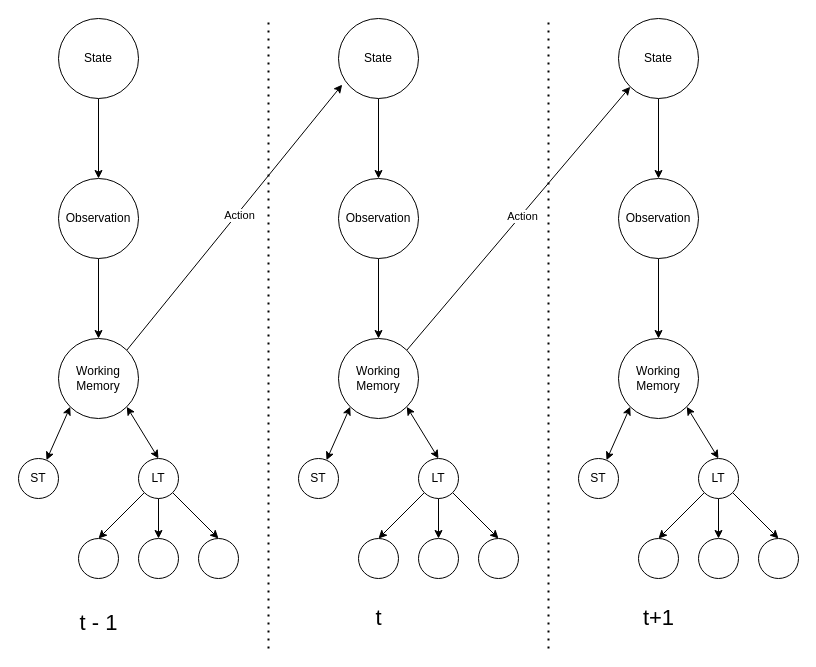
This is diagrams/POMDP overview.drawio from JREastonMarks/Joshua, a draw.io file, before an edit. Source tidied: cells renumbered, new cells numbered last; positions are measured from the earlier drawing's top-left corner, leaving out a move shared by most shapes. Both pictures are drawn from the tidied source at 100%, with x=0, y=0 at pixel (18, 18).
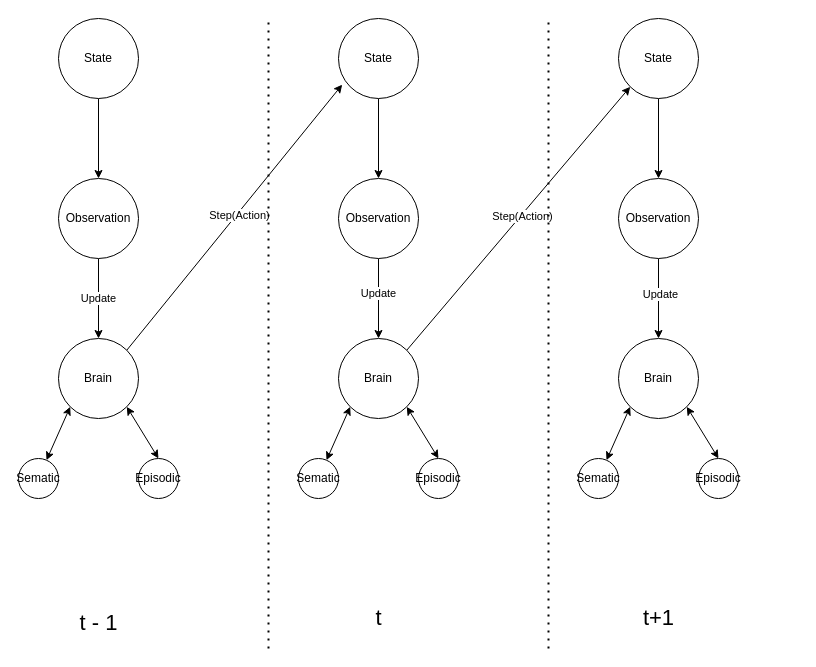
The same page after the edit.

Unchanged cells that the change refers to:
```xml
<mxCell id="5" value="Observation" style="ellipse;whiteSpace=wrap;html=1;" parent="1" vertex="1">
  <mxGeometry x="40" y="160" width="80" height="80" as="geometry" />
</mxCell>
<mxCell id="8" style="edgeStyle=none;html=1;exitX=1;exitY=0;exitDx=0;exitDy=0;entryX=0.046;entryY=0.827;entryDx=0;entryDy=0;entryPerimeter=0;" parent="1" edge="1" source="10" target="20">
  <mxGeometry relative="1" as="geometry" />
</mxCell>
<mxCell id="21" style="edgeStyle=none;html=1;" parent="1" edge="1" source="22" target="27">
  <mxGeometry relative="1" as="geometry" />
</mxCell>
<mxCell id="25" style="edgeStyle=none;html=1;exitX=1;exitY=0;exitDx=0;exitDy=0;entryX=0;entryY=1;entryDx=0;entryDy=0;" parent="1" edge="1" source="27" target="37">
  <mxGeometry relative="1" as="geometry" />
</mxCell>
<mxCell id="38" style="edgeStyle=none;html=1;" parent="1" edge="1" source="39" target="42">
  <mxGeometry relative="1" as="geometry" />
</mxCell>
```

The edit, as a diff of the source:
```diff
@@
-    <mxCell id="4" style="edgeStyle=none;html=1;" parent="1" edge="1" source="5" target="10">
+    <mxCell id="4" value="Update" style="edgeStyle=none;html=1;" parent="1" edge="1" source="5" target="10">
       <mxGeometry relative="1" as="geometry" />
     </mxCell>
@@
-    <mxCell id="9" value="Action" style="edgeLabel;html=1;align=center;verticalAlign=middle;" parent="8" vertex="1">
+    <mxCell id="9" value="Step(Action)" style="edgeLabel;html=1;align=center;verticalAlign=middle;" parent="8" vertex="1">
       <mxGeometry x="0.03" y="-2" relative="1" as="geometry" />
     </mxCell>
-    <mxCell id="10" value="Working Memory" style="ellipse;whiteSpace=wrap;html=1;" parent="1" vertex="1">
+    <mxCell id="10" value="Brain" style="ellipse;whiteSpace=wrap;html=1;" parent="1" vertex="1">
       <mxGeometry x="40" y="320" width="80" height="80" as="geometry" />
     </mxCell>
-    <mxCell id="11" value="ST" style="ellipse;whiteSpace=wrap;html=1;" parent="1" vertex="1">
+    <mxCell id="11" value="Sematic" style="ellipse;whiteSpace=wrap;html=1;" parent="1" vertex="1">
       <mxGeometry y="440" width="40" height="40" as="geometry" />
     </mxCell>
-    <mxCell id="12" style="edgeStyle=none;html=1;exitX=0;exitY=1;exitDx=0;exitDy=0;entryX=0.5;entryY=0;entryDx=0;entryDy=0;" parent="1" edge="1" source="15" target="16">
-      <mxGeometry relative="1" as="geometry" />
-    </mxCell>
-    <mxCell id="13" style="edgeStyle=none;html=1;exitX=0.5;exitY=1;exitDx=0;exitDy=0;entryX=0.5;entryY=0;entryDx=0;entryDy=0;" parent="1" edge="1" source="15" target="17">
-      <mxGeometry relative="1" as="geometry" />
-    </mxCell>
-    <mxCell id="14" style="edgeStyle=none;html=1;exitX=1;exitY=1;exitDx=0;exitDy=0;entryX=0.5;entryY=0;entryDx=0;entryDy=0;" parent="1" edge="1" source="15" target="18">
-      <mxGeometry relative="1" as="geometry" />
-    </mxCell>
-    <mxCell id="15" value="LT" style="ellipse;whiteSpace=wrap;html=1;" parent="1" vertex="1">
+    <mxCell id="15" value="Episodic" style="ellipse;whiteSpace=wrap;html=1;" parent="1" vertex="1">
       <mxGeometry x="120" y="440" width="40" height="40" as="geometry" />
     </mxCell>
-    <mxCell id="16" style="ellipse;whiteSpace=wrap;html=1;" parent="1" vertex="1">
-      <mxGeometry x="60" y="520" width="40" height="40" as="geometry" />
-    </mxCell>
-    <mxCell id="17" style="ellipse;whiteSpace=wrap;html=1;" parent="1" vertex="1">
-      <mxGeometry x="120" y="520" width="40" height="40" as="geometry" />
-    </mxCell>
-    <mxCell id="18" style="ellipse;whiteSpace=wrap;html=1;" parent="1" vertex="1">
-      <mxGeometry x="180" y="520" width="40" height="40" as="geometry" />
-    </mxCell>
@@
+    <mxCell id="56" value="Update" style="edgeLabel;html=1;align=center;verticalAlign=middle;" parent="21" vertex="1">
+      <mxGeometry x="-0.16" y="-1" relative="1" as="geometry" />
+    </mxCell>
@@
-    <mxCell id="26" value="Action" style="edgeLabel;html=1;align=center;verticalAlign=middle;" parent="25" vertex="1">
+    <mxCell id="26" value="Step(Action)" style="edgeLabel;html=1;align=center;verticalAlign=middle;" parent="25" vertex="1">
       <mxGeometry x="0.02" y="-2" relative="1" as="geometry">
         <mxPoint y="-1" as="offset" />
       </mxGeometry>
     </mxCell>
-    <mxCell id="27" value="Working Memory" style="ellipse;whiteSpace=wrap;html=1;" parent="1" vertex="1">
+    <mxCell id="27" value="Brain" style="ellipse;whiteSpace=wrap;html=1;" parent="1" vertex="1">
       <mxGeometry x="320" y="320" width="80" height="80" as="geometry" />
     </mxCell>
-    <mxCell id="28" value="ST" style="ellipse;whiteSpace=wrap;html=1;" parent="1" vertex="1">
+    <mxCell id="28" value="Sematic" style="ellipse;whiteSpace=wrap;html=1;" parent="1" vertex="1">
       <mxGeometry x="280" y="440" width="40" height="40" as="geometry" />
     </mxCell>
-    <mxCell id="29" style="edgeStyle=none;html=1;exitX=0;exitY=1;exitDx=0;exitDy=0;entryX=0.5;entryY=0;entryDx=0;entryDy=0;" parent="1" edge="1" source="32" target="33">
-      <mxGeometry relative="1" as="geometry" />
-    </mxCell>
-    <mxCell id="30" style="edgeStyle=none;html=1;exitX=0.5;exitY=1;exitDx=0;exitDy=0;entryX=0.5;entryY=0;entryDx=0;entryDy=0;" parent="1" edge="1" source="32" target="34">
-      <mxGeometry relative="1" as="geometry" />
-    </mxCell>
-    <mxCell id="31" style="edgeStyle=none;html=1;exitX=1;exitY=1;exitDx=0;exitDy=0;entryX=0.5;entryY=0;entryDx=0;entryDy=0;" parent="1" edge="1" source="32" target="35">
-      <mxGeometry relative="1" as="geometry" />
-    </mxCell>
-    <mxCell id="32" value="LT" style="ellipse;whiteSpace=wrap;html=1;" parent="1" vertex="1">
+    <mxCell id="32" value="Episodic" style="ellipse;whiteSpace=wrap;html=1;" parent="1" vertex="1">
       <mxGeometry x="400" y="440" width="40" height="40" as="geometry" />
     </mxCell>
-    <mxCell id="33" style="ellipse;whiteSpace=wrap;html=1;" parent="1" vertex="1">
-      <mxGeometry x="340" y="520" width="40" height="40" as="geometry" />
-    </mxCell>
-    <mxCell id="34" style="ellipse;whiteSpace=wrap;html=1;" parent="1" vertex="1">
-      <mxGeometry x="400" y="520" width="40" height="40" as="geometry" />
-    </mxCell>
-    <mxCell id="35" style="ellipse;whiteSpace=wrap;html=1;" parent="1" vertex="1">
-      <mxGeometry x="460" y="520" width="40" height="40" as="geometry" />
-    </mxCell>
@@
+    <mxCell id="57" value="Update" style="edgeLabel;html=1;align=center;verticalAlign=middle;" parent="38" vertex="1">
+      <mxGeometry x="-0.13" y="1" relative="1" as="geometry" />
+    </mxCell>
@@
-    <mxCell id="42" value="Working Memory" style="ellipse;whiteSpace=wrap;html=1;" parent="1" vertex="1">
+    <mxCell id="42" value="Brain" style="ellipse;whiteSpace=wrap;html=1;" parent="1" vertex="1">
       <mxGeometry x="600" y="320" width="80" height="80" as="geometry" />
     </mxCell>
-    <mxCell id="43" value="ST" style="ellipse;whiteSpace=wrap;html=1;" parent="1" vertex="1">
+    <mxCell id="43" value="Sematic" style="ellipse;whiteSpace=wrap;html=1;" parent="1" vertex="1">
       <mxGeometry x="560" y="440" width="40" height="40" as="geometry" />
     </mxCell>
-    <mxCell id="44" style="edgeStyle=none;html=1;exitX=0;exitY=1;exitDx=0;exitDy=0;entryX=0.5;entryY=0;entryDx=0;entryDy=0;" parent="1" edge="1" source="47" target="48">
-      <mxGeometry relative="1" as="geometry" />
-    </mxCell>
-    <mxCell id="45" style="edgeStyle=none;html=1;exitX=0.5;exitY=1;exitDx=0;exitDy=0;entryX=0.5;entryY=0;entryDx=0;entryDy=0;" parent="1" edge="1" source="47" target="49">
-      <mxGeometry relative="1" as="geometry" />
-    </mxCell>
-    <mxCell id="46" style="edgeStyle=none;html=1;exitX=1;exitY=1;exitDx=0;exitDy=0;entryX=0.5;entryY=0;entryDx=0;entryDy=0;" parent="1" edge="1" source="47" target="50">
-      <mxGeometry relative="1" as="geometry" />
-    </mxCell>
-    <mxCell id="47" value="LT" style="ellipse;whiteSpace=wrap;html=1;" parent="1" vertex="1">
+    <mxCell id="47" value="Episodic" style="ellipse;whiteSpace=wrap;html=1;" parent="1" vertex="1">
       <mxGeometry x="680" y="440" width="40" height="40" as="geometry" />
     </mxCell>
-    <mxCell id="48" style="ellipse;whiteSpace=wrap;html=1;" parent="1" vertex="1">
-      <mxGeometry x="620" y="520" width="40" height="40" as="geometry" />
-    </mxCell>
-    <mxCell id="49" style="ellipse;whiteSpace=wrap;html=1;" parent="1" vertex="1">
-      <mxGeometry x="680" y="520" width="40" height="40" as="geometry" />
-    </mxCell>
-    <mxCell id="50" style="ellipse;whiteSpace=wrap;html=1;" parent="1" vertex="1">
-      <mxGeometry x="740" y="520" width="40" height="40" as="geometry" />
-    </mxCell>
```
